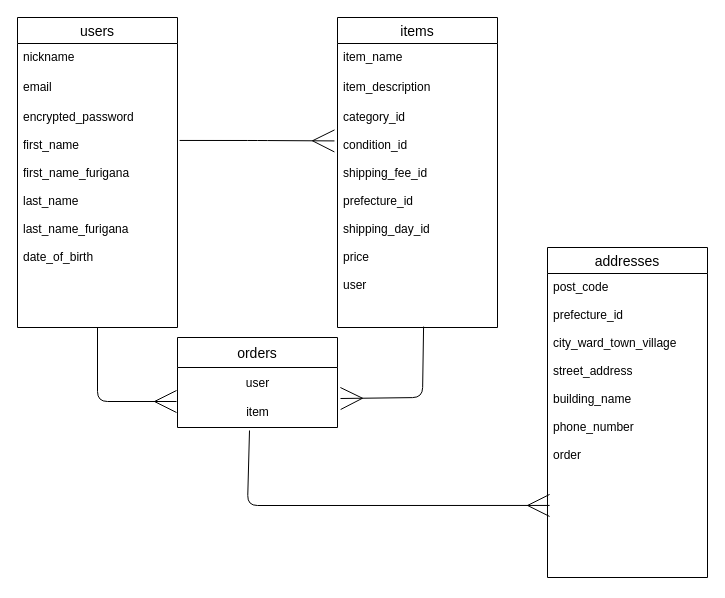
Earlier version of the draw.io diagram test.dio (user-onion-japan-1919/furima-41924). Source tidied: cells renumbered, new cells numbered last; positions are measured from the earlier drawing's top-left corner, leaving out a move shared by most shapes. Both pictures are drawn from the tidied source at 100%, with x=0, y=0 at pixel (17, 17).
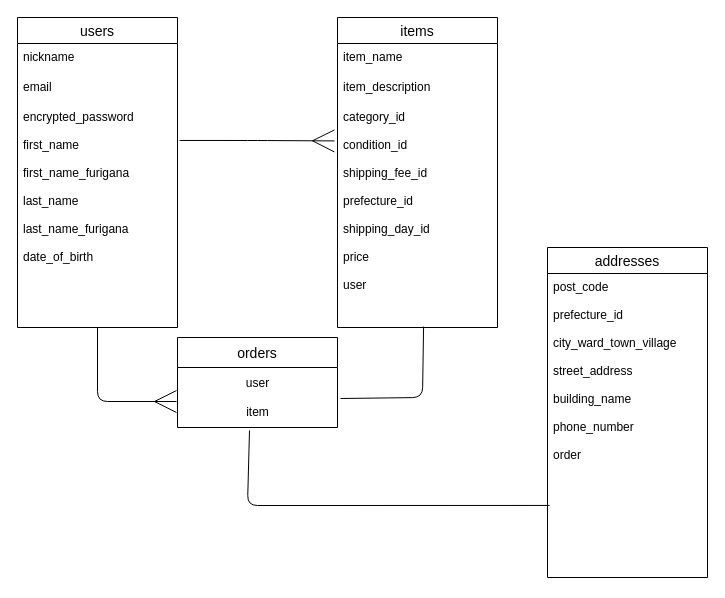
Above is the later version.

The change refers to these unchanged cells:
```xml
<mxCell id="12" value="category_id&#10;&#10;condition_id&#10;&#10;shipping_fee_id&#10;&#10;prefecture_id&#10;&#10;shipping_day_id&#10;&#10;price&#10;&#10;user&#10;" style="text;strokeColor=none;fillColor=none;spacingLeft=4;spacingRight=4;overflow=hidden;points=[[0,0.5],[1,0.5]];portConstraint=eastwest;fontSize=12;arcSize=24;" parent="9" vertex="1">
  <mxGeometry y="86" width="160" height="224" as="geometry" />
</mxCell>
<mxCell id="14" value="user&lt;br&gt;&lt;br&gt;item" style="text;html=1;align=center;verticalAlign=middle;points=[];strokeColor=none;fillColor=none;" parent="13" vertex="1">
  <mxGeometry y="30" width="160" height="60" as="geometry" />
</mxCell>
<mxCell id="16" value="post_code&#10;&#10;prefecture_id&#10;&#10;city_ward_town_village&#10;&#10;street_address&#10;&#10;building_name&#10;&#10;phone_number&#10;&#10;order&#10;&#10;&#10;&#10;" style="text;strokeColor=none;fillColor=none;spacingLeft=4;spacingRight=4;overflow=hidden;points=[[0,0.5],[1,0.5]];portConstraint=eastwest;fontSize=12;" parent="15" vertex="1">
  <mxGeometry y="26" width="160" height="304" as="geometry" />
</mxCell>
```

The edit, as a diff of the source:
```diff
@@
-    <mxCell id="8" style="edgeStyle=none;html=1;strokeWidth=1;endArrow=ERmany;endFill=0;endSize=20;entryX=1.019;entryY=0.167;entryDx=0;entryDy=0;entryPerimeter=0;exitX=0.538;exitY=0.996;exitDx=0;exitDy=0;exitPerimeter=0;" parent="1" edge="1" source="12">
+    <mxCell id="8" style="edgeStyle=none;html=1;strokeWidth=1;endArrow=none;endFill=0;endSize=20;entryX=1.019;entryY=0.167;entryDx=0;entryDy=0;entryPerimeter=0;exitX=0.538;exitY=0.996;exitDx=0;exitDy=0;exitPerimeter=0;" parent="1" edge="1" source="12">
       <mxGeometry relative="1" as="geometry">
         <mxPoint x="323" y="381" as="targetPoint" />
         <Array as="points">
           <mxPoint x="405" y="380" />
         </Array>
       </mxGeometry>
     </mxCell>
@@
-    <mxCell id="17" style="edgeStyle=none;html=1;entryX=0.013;entryY=0.763;entryDx=0;entryDy=0;entryPerimeter=0;strokeWidth=1;endArrow=ERmany;endFill=0;startSize=26;endSize=20;exitX=0.45;exitY=1.05;exitDx=0;exitDy=0;exitPerimeter=0;" parent="1" edge="1" source="14" target="16">
+    <mxCell id="17" style="edgeStyle=none;html=1;entryX=0.013;entryY=0.763;entryDx=0;entryDy=0;entryPerimeter=0;strokeWidth=1;endArrow=none;endFill=0;startSize=26;endSize=20;exitX=0.45;exitY=1.05;exitDx=0;exitDy=0;exitPerimeter=0;" parent="1" edge="1" source="14" target="16">
       <mxGeometry relative="1" as="geometry">
         <Array as="points">
           <mxPoint x="230" y="488" />
         </Array>
       </mxGeometry>
     </mxCell>
```
